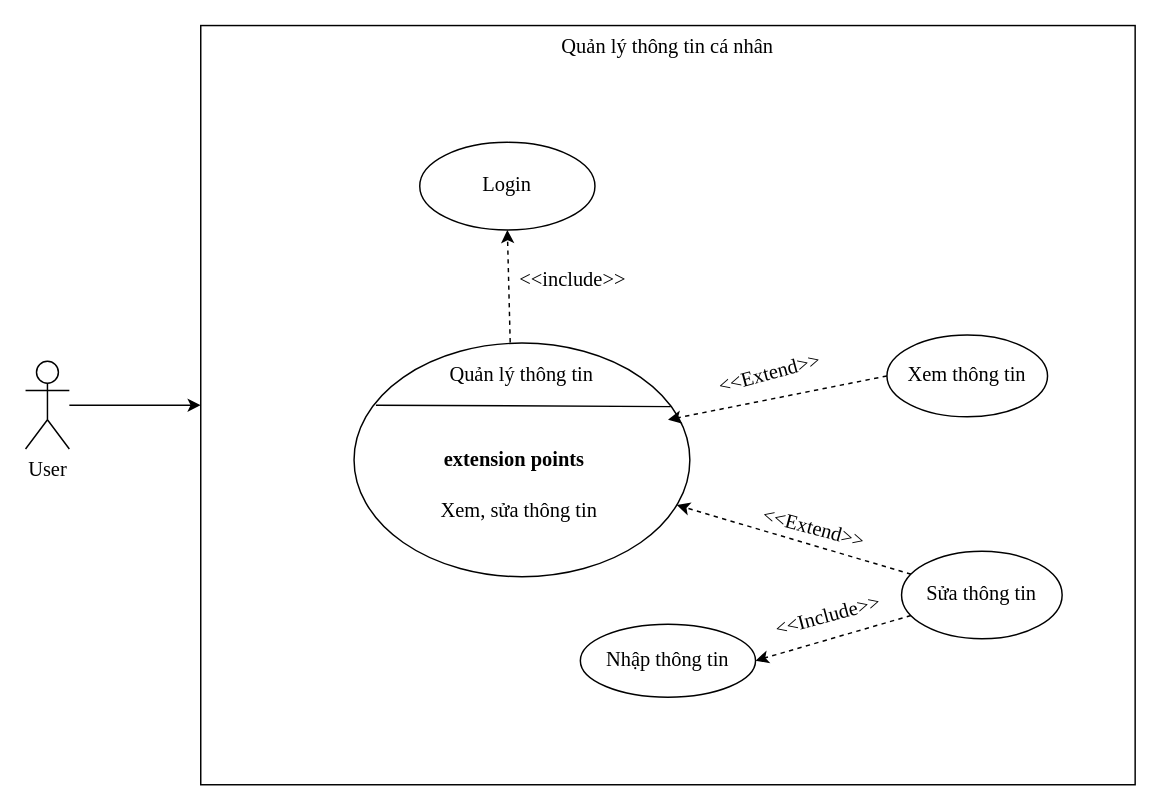
Before: page "profile" (3 of 13) of usecase.drawio in minhan1410/Commerce, a draw.io diagram. Source tidied: cells renumbered, new cells numbered last; positions are measured from the earlier drawing's top-left corner, leaving out a move shared by most shapes. Both pictures are drawn from the tidied source at 146%, with x=0, y=0 at pixel (25, 25).
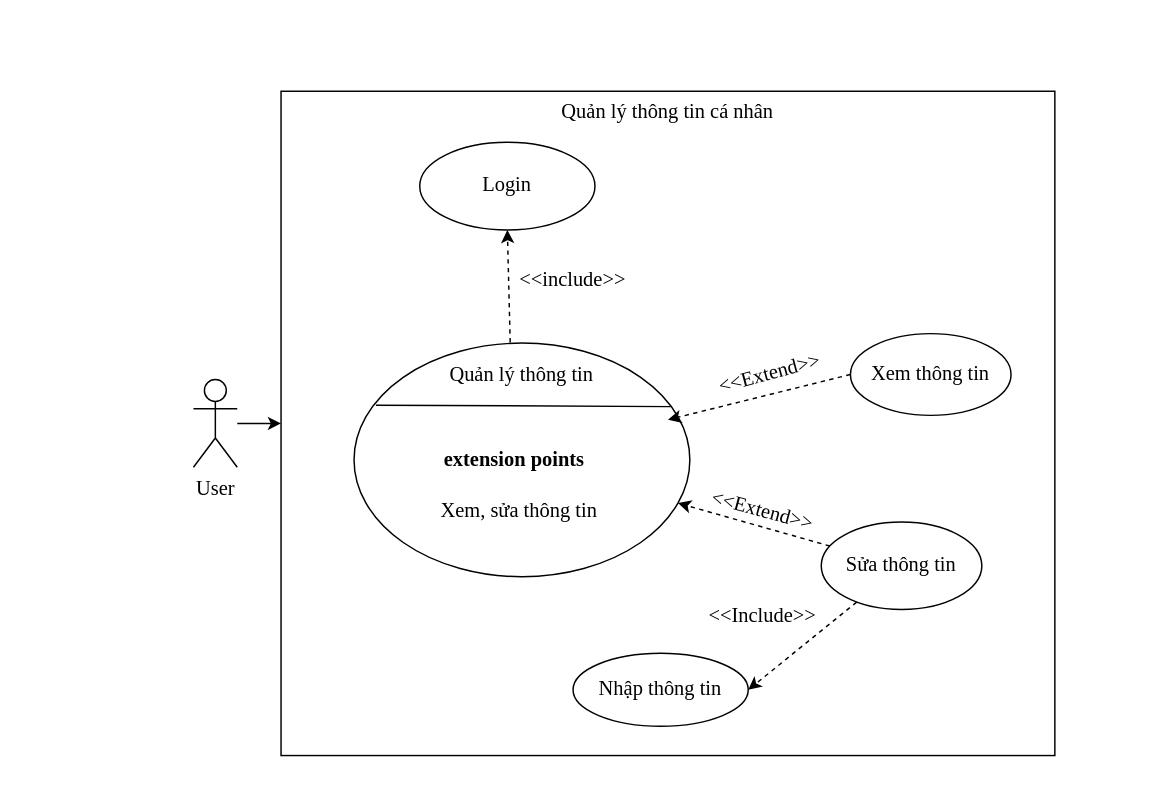
After the change.

The edit, as a diff of the source:
```diff
@@
+    <mxCell id="4" value="Quản lý thông tin cá nhân" style="whiteSpace=wrap;html=1;verticalAlign=top;fontFamily=Times New Roman;fontSize=14;" parent="1" vertex="1">
+      <mxGeometry x="175" y="45" width="530" height="455" as="geometry" />
+    </mxCell>
@@
     <mxCell id="3" value="User" style="shape=umlActor;verticalLabelPosition=bottom;verticalAlign=top;html=1;outlineConnect=0;fontFamily=Times New Roman;fontSize=14;" parent="1" vertex="1">
-      <mxGeometry y="230" width="30" height="60" as="geometry" />
+      <mxGeometry x="115" y="242.5" width="30" height="60" as="geometry" />
     </mxCell>
-    <mxCell id="4" value="Quản lý thông tin cá nhân" style="whiteSpace=wrap;html=1;verticalAlign=top;fontFamily=Times New Roman;fontSize=14;" parent="1" vertex="1">
-      <mxGeometry x="120" width="640" height="520" as="geometry" />
-    </mxCell>
@@
     <mxCell id="11" value="Xem thông tin" style="ellipse;whiteSpace=wrap;html=1;fontFamily=Times New Roman;fontSize=14;" parent="1" vertex="1">
-      <mxGeometry x="590" y="212" width="110" height="56" as="geometry" />
+      <mxGeometry x="565" y="211" width="110" height="56" as="geometry" />
     </mxCell>
@@
     <mxCell id="16" value="&amp;lt;&amp;lt;Extend&amp;gt;&amp;gt;" style="text;html=1;strokeColor=none;fillColor=none;align=center;verticalAlign=middle;whiteSpace=wrap;rounded=0;rotation=15;fontFamily=Times New Roman;fontSize=14;" parent="1" vertex="1">
-      <mxGeometry x="510" y="330" width="60" height="30" as="geometry" />
+      <mxGeometry x="475" y="317.5" width="60" height="30" as="geometry" />
     </mxCell>
-    <mxCell id="17" value="&amp;lt;&amp;lt;Include&amp;gt;&amp;gt;" style="text;html=1;strokeColor=none;fillColor=none;align=center;verticalAlign=middle;whiteSpace=wrap;rounded=0;rotation=-15;fontFamily=Times New Roman;fontSize=14;" parent="1" vertex="1">
-      <mxGeometry x="520" y="390" width="60" height="30" as="geometry" />
+    <mxCell id="17" value="&amp;lt;&amp;lt;Include&amp;gt;&amp;gt;" style="text;html=1;strokeColor=none;fillColor=none;align=center;verticalAlign=middle;whiteSpace=wrap;rounded=0;rotation=0;fontFamily=Times New Roman;fontSize=14;" parent="1" vertex="1">
+      <mxGeometry x="475" y="390" width="60" height="30" as="geometry" />
     </mxCell>
@@
     <mxCell id="20" value="Sửa thông tin" style="ellipse;whiteSpace=wrap;html=1;fontFamily=Times New Roman;fontSize=14;" parent="1" vertex="1">
-      <mxGeometry x="600" y="360" width="110" height="60" as="geometry" />
+      <mxGeometry x="545" y="340" width="110" height="60" as="geometry" />
     </mxCell>
-    <mxCell id="21" value="Nhập thông tin" style="ellipse;whiteSpace=wrap;html=1;fontFamily=Times New Roman;fontSize=14;" parent="1" vertex="1">
-      <mxGeometry x="380" y="410" width="120" height="50" as="geometry" />
+    <mxCell id="21" value="Nhập thông tin" style="ellipse;whiteSpace=wrap;html=1;fontFamily=Times New Roman;fontSize=14;rotation=0;" parent="1" vertex="1">
+      <mxGeometry x="375" y="430" width="120" height="50" as="geometry" />
     </mxCell>
```
